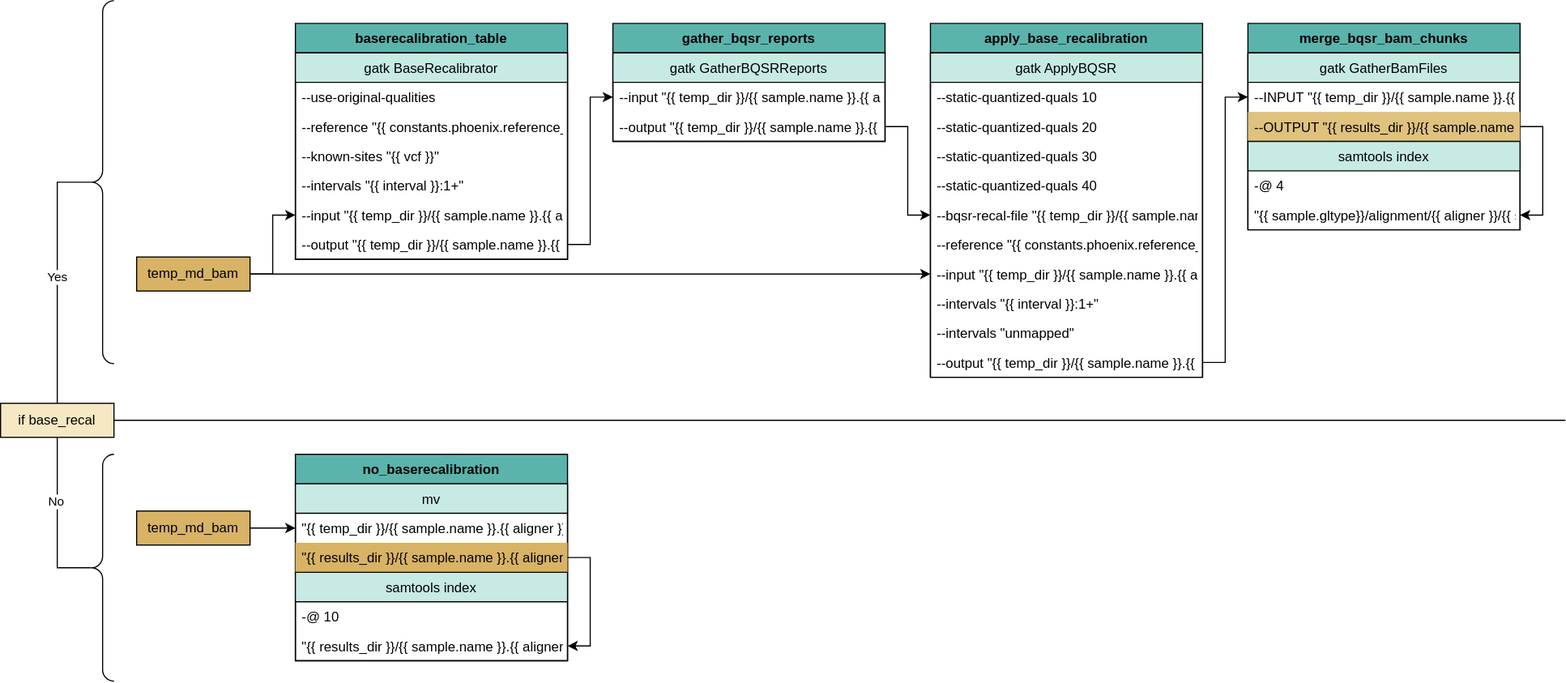
This is docs/source/phoenix/workflows/embed/Alignment_gatk_baserecalibration.svg from bryce-turner/tgen-jetstream-docs, a draw.io export, as it was before one commit. Source tidied: cells renumbered, new cells last; positions are measured from the earlier drawing's top-left corner, leaving out a move shared by most shapes. The source it was exported from:
```xml
<mxGraphModel>
  <root>
    <mxCell id="0" />
    <mxCell id="1" parent="0" />
    <mxCell id="2" style="edgeStyle=orthogonalEdgeStyle;rounded=0;jettySize=auto;html=1;exitX=1;exitY=0.5;exitDx=0;exitDy=0;entryX=0;entryY=0.5;entryDx=0;entryDy=0;" parent="1" edge="1" source="4" target="11">
      <mxGeometry relative="1" as="geometry" />
    </mxCell>
    <mxCell id="3" style="edgeStyle=orthogonalEdgeStyle;rounded=0;jettySize=auto;html=1;exitX=1;exitY=0.5;exitDx=0;exitDy=0;entryX=0;entryY=0.5;entryDx=0;entryDy=0;" parent="1" edge="1" source="4" target="26">
      <mxGeometry relative="1" as="geometry" />
    </mxCell>
    <mxCell id="4" value="temp_md_bam" style="whiteSpace=wrap;html=1;fillColor=#d8b365;" parent="1" vertex="1">
      <mxGeometry x="120" y="226" width="100" height="30" as="geometry" />
    </mxCell>
    <mxCell id="5" value="baserecalibration_table" style="swimlane;fontStyle=1;horizontal=1;startSize=26;fillColor=#5ab4ac;direction=east;" parent="1" vertex="1">
      <mxGeometry x="260" y="20" width="240" height="208" as="geometry" />
    </mxCell>
    <mxCell id="6" value="gatk BaseRecalibrator" style="swimlane;fontStyle=0;horizontal=1;startSize=26;fillColor=#c7eae5;" parent="5" vertex="1">
      <mxGeometry y="26" width="240" height="182" as="geometry" />
    </mxCell>
    <mxCell id="7" value="--use-original-qualities" style="text;strokeColor=none;fillColor=none;align=left;verticalAlign=top;spacingLeft=4;spacingRight=4;overflow=hidden;" parent="6" vertex="1">
      <mxGeometry y="26" width="240" height="26" as="geometry" />
    </mxCell>
    <mxCell id="8" value="--reference &quot;{{ constants.phoenix.reference_fasta }}&quot;" style="text;strokeColor=none;fillColor=none;align=left;verticalAlign=top;spacingLeft=4;spacingRight=4;overflow=hidden;" parent="6" vertex="1">
      <mxGeometry y="52" width="240" height="26" as="geometry" />
    </mxCell>
    <mxCell id="9" value="--known-sites &quot;{{ vcf }}&quot;" style="text;strokeColor=none;fillColor=none;align=left;verticalAlign=top;spacingLeft=4;spacingRight=4;overflow=hidden;" parent="6" vertex="1">
      <mxGeometry y="78" width="240" height="26" as="geometry" />
    </mxCell>
    <mxCell id="10" value="--intervals &quot;{{ interval }}:1+&quot;" style="text;strokeColor=none;fillColor=none;align=left;verticalAlign=top;spacingLeft=4;spacingRight=4;overflow=hidden;" parent="6" vertex="1">
      <mxGeometry y="104" width="240" height="26" as="geometry" />
    </mxCell>
    <mxCell id="11" value="--input &quot;{{ temp_dir }}/{{ sample.name }}.{{ aligner }}.md.bam&quot;" style="text;strokeColor=none;fillColor=none;align=left;verticalAlign=top;spacingLeft=4;spacingRight=4;overflow=hidden;points=[[0,0.5],[1,0.5]];portConstraint=eastwest;" parent="6" vertex="1">
      <mxGeometry y="130" width="240" height="26" as="geometry" />
    </mxCell>
    <mxCell id="12" value="--output &quot;{{ temp_dir }}/{{ sample.name }}.{{ aligner }}.recal_data.chunk_{{ loop.index }}.table&quot;" style="text;strokeColor=none;fillColor=none;align=left;verticalAlign=top;spacingLeft=4;spacingRight=4;overflow=hidden;points=[[0,0.5],[1,0.5]];portConstraint=eastwest;" parent="6" vertex="1">
      <mxGeometry y="156" width="240" height="26" as="geometry" />
    </mxCell>
    <mxCell id="13" value="gather_bqsr_reports" style="swimlane;fontStyle=1;horizontal=1;startSize=26;fillColor=#5ab4ac;direction=east;" parent="1" vertex="1">
      <mxGeometry x="540" y="20" width="240" height="104" as="geometry" />
    </mxCell>
    <mxCell id="14" value="gatk GatherBQSRReports" style="swimlane;fontStyle=0;horizontal=1;startSize=26;fillColor=#c7eae5;" parent="13" vertex="1">
      <mxGeometry y="26" width="240" height="78" as="geometry" />
    </mxCell>
    <mxCell id="15" value="--input &quot;{{ temp_dir }}/{{ sample.name }}.{{ aligner }}.recal_data.chunk_{{ loop.index }}.table&quot;" style="text;strokeColor=none;fillColor=none;align=left;verticalAlign=top;spacingLeft=4;spacingRight=4;overflow=hidden;points=[[0,0.5],[1,0.5]];portConstraint=eastwest;" parent="14" vertex="1">
      <mxGeometry y="26" width="240" height="26" as="geometry" />
    </mxCell>
    <mxCell id="16" value="--output &quot;{{ temp_dir }}/{{ sample.name }}.{{ aligner }}.recal_data.table&quot;" style="text;strokeColor=none;fillColor=none;align=left;verticalAlign=top;spacingLeft=4;spacingRight=4;overflow=hidden;points=[[0,0.5],[1,0.5]];portConstraint=eastwest;" parent="14" vertex="1">
      <mxGeometry y="52" width="240" height="26" as="geometry" />
    </mxCell>
    <mxCell id="17" style="edgeStyle=orthogonalEdgeStyle;rounded=0;jettySize=auto;html=1;exitX=1;exitY=0.5;exitDx=0;exitDy=0;entryX=1;entryY=0.5;entryDx=0;entryDy=0;endArrow=classic;endFill=1;strokeColor=#666666;shape=link;" parent="13" edge="1" source="x">
      <mxGeometry relative="1" as="geometry">
        <mxPoint x="240" y="299" as="targetPoint" />
      </mxGeometry>
    </mxCell>
    <mxCell id="18" value="apply_base_recalibration" style="swimlane;fontStyle=1;horizontal=1;startSize=26;fillColor=#5ab4ac;direction=east;" parent="1" vertex="1">
      <mxGeometry x="820" y="20" width="240" height="312" as="geometry" />
    </mxCell>
    <mxCell id="19" value="gatk ApplyBQSR" style="swimlane;fontStyle=0;horizontal=1;startSize=26;fillColor=#c7eae5;" parent="18" vertex="1">
      <mxGeometry y="26" width="240" height="286" as="geometry" />
    </mxCell>
    <mxCell id="20" value="--static-quantized-quals 10" style="text;strokeColor=none;fillColor=none;align=left;verticalAlign=top;spacingLeft=4;spacingRight=4;overflow=hidden;" parent="19" vertex="1">
      <mxGeometry y="26" width="240" height="26" as="geometry" />
    </mxCell>
    <mxCell id="21" value="--static-quantized-quals 20" style="text;strokeColor=none;fillColor=none;align=left;verticalAlign=top;spacingLeft=4;spacingRight=4;overflow=hidden;" parent="19" vertex="1">
      <mxGeometry y="52" width="240" height="26" as="geometry" />
    </mxCell>
    <mxCell id="22" value="--static-quantized-quals 30" style="text;strokeColor=none;fillColor=none;align=left;verticalAlign=top;spacingLeft=4;spacingRight=4;overflow=hidden;" parent="19" vertex="1">
      <mxGeometry y="78" width="240" height="26" as="geometry" />
    </mxCell>
    <mxCell id="23" value="--static-quantized-quals 40" style="text;strokeColor=none;fillColor=none;align=left;verticalAlign=top;spacingLeft=4;spacingRight=4;overflow=hidden;" parent="19" vertex="1">
      <mxGeometry y="104" width="240" height="26" as="geometry" />
    </mxCell>
    <mxCell id="24" value="--bqsr-recal-file &quot;{{ temp_dir }}/{{ sample.name }}.{{ aligner }}.recal_data.table&quot;" style="text;strokeColor=none;fillColor=none;align=left;verticalAlign=top;spacingLeft=4;spacingRight=4;overflow=hidden;points=[[0,0.5],[1,0.5]];portConstraint=eastwest;" parent="19" vertex="1">
      <mxGeometry y="130" width="240" height="26" as="geometry" />
    </mxCell>
    <mxCell id="25" value="--reference &quot;{{ constants.phoenix.reference_fasta }}&quot;" style="text;strokeColor=none;fillColor=none;align=left;verticalAlign=top;spacingLeft=4;spacingRight=4;overflow=hidden;" parent="19" vertex="1">
      <mxGeometry y="156" width="240" height="26" as="geometry" />
    </mxCell>
    <mxCell id="26" value="--input &quot;{{ temp_dir }}/{{ sample.name }}.{{ aligner }}.md.bam&quot;" style="text;strokeColor=none;fillColor=none;align=left;verticalAlign=top;spacingLeft=4;spacingRight=4;overflow=hidden;points=[[0,0.5],[1,0.5]];portConstraint=eastwest;" parent="19" vertex="1">
      <mxGeometry y="182" width="240" height="26" as="geometry" />
    </mxCell>
    <mxCell id="27" value="--intervals &quot;{{ interval }}:1+&quot;" style="text;strokeColor=none;fillColor=none;align=left;verticalAlign=top;spacingLeft=4;spacingRight=4;overflow=hidden;" parent="19" vertex="1">
      <mxGeometry y="208" width="240" height="26" as="geometry" />
    </mxCell>
    <mxCell id="28" value="--intervals &quot;unmapped&quot;" style="text;strokeColor=none;fillColor=none;align=left;verticalAlign=top;spacingLeft=4;spacingRight=4;overflow=hidden;" parent="19" vertex="1">
      <mxGeometry y="234" width="240" height="26" as="geometry" />
    </mxCell>
    <mxCell id="29" value="--output &quot;{{ temp_dir }}/{{ sample.name }}.{{ aligner }}.recal_chunk_{{ loop.index }}.bam&quot;" style="text;strokeColor=none;fillColor=none;align=left;verticalAlign=top;spacingLeft=4;spacingRight=4;overflow=hidden;points=[[0,0.5],[1,0.5]];portConstraint=eastwest;" parent="19" vertex="1">
      <mxGeometry y="260" width="240" height="26" as="geometry" />
    </mxCell>
    <mxCell id="30" value="merge_bqsr_bam_chunks" style="swimlane;fontStyle=1;horizontal=1;startSize=26;fillColor=#5ab4ac;direction=east;" parent="1" vertex="1">
      <mxGeometry x="1100" y="20" width="240" height="182" as="geometry" />
    </mxCell>
    <mxCell id="31" value="gatk GatherBamFiles" style="swimlane;fontStyle=0;horizontal=1;startSize=26;fillColor=#c7eae5;" parent="30" vertex="1">
      <mxGeometry y="26" width="240" height="78" as="geometry" />
    </mxCell>
    <mxCell id="32" value="--INPUT &quot;{{ temp_dir }}/{{ sample.name }}.{{ aligner }}.recal_chunk_{{ loop.index }}.bam&quot;" style="text;strokeColor=none;fillColor=none;align=left;verticalAlign=top;spacingLeft=4;spacingRight=4;overflow=hidden;points=[[0,0.5],[1,0.5]];portConstraint=eastwest;" parent="31" vertex="1">
      <mxGeometry y="26" width="240" height="26" as="geometry" />
    </mxCell>
    <mxCell id="33" value="--OUTPUT &quot;{{ results_dir }}/{{ sample.name }}.{{ aligner }}.bam&quot;" style="text;strokeColor=none;fillColor=#dfc27d;align=left;verticalAlign=top;spacingLeft=4;spacingRight=4;overflow=hidden;points=[[0,0.5],[1,0.5]];portConstraint=eastwest;" parent="31" vertex="1">
      <mxGeometry y="52" width="240" height="26" as="geometry" />
    </mxCell>
    <mxCell id="34" value="samtools index" style="swimlane;fontStyle=0;horizontal=1;startSize=26;fillColor=#c7eae5;" parent="30" vertex="1">
      <mxGeometry y="104" width="240" height="78" as="geometry" />
    </mxCell>
    <mxCell id="35" value="-@ 4" style="text;strokeColor=none;fillColor=none;align=left;verticalAlign=top;spacingLeft=4;spacingRight=4;overflow=hidden;" parent="34" vertex="1">
      <mxGeometry y="26" width="240" height="26" as="geometry" />
    </mxCell>
    <mxCell id="36" value="&quot;{{ sample.gltype}}/alignment/{{ aligner }}/{{ sample.name }}/{{ sample.name }}.{{ aligner }}.bam&quot;" style="text;strokeColor=none;fillColor=none;align=left;verticalAlign=top;spacingLeft=4;spacingRight=4;overflow=hidden;points=[[0,0.5],[1,0.5]];portConstraint=eastwest;" parent="34" vertex="1">
      <mxGeometry y="52" width="240" height="26" as="geometry" />
    </mxCell>
    <mxCell id="37" style="edgeStyle=orthogonalEdgeStyle;rounded=0;jettySize=auto;html=1;exitX=1;exitY=0.5;exitDx=0;exitDy=0;entryX=1;entryY=0.5;entryDx=0;entryDy=0;" parent="30" edge="1" source="33" target="36">
      <mxGeometry relative="1" as="geometry" />
    </mxCell>
    <mxCell id="38" style="edgeStyle=orthogonalEdgeStyle;rounded=0;jettySize=auto;html=1;exitX=1;exitY=0.5;exitDx=0;exitDy=0;entryX=0;entryY=0.5;entryDx=0;entryDy=0;" parent="1" edge="1" source="12" target="15">
      <mxGeometry relative="1" as="geometry" />
    </mxCell>
    <mxCell id="39" style="edgeStyle=orthogonalEdgeStyle;rounded=0;jettySize=auto;html=1;exitX=1;exitY=0.5;exitDx=0;exitDy=0;entryX=0;entryY=0.5;entryDx=0;entryDy=0;" parent="1" edge="1" source="16" target="24">
      <mxGeometry relative="1" as="geometry" />
    </mxCell>
    <mxCell id="40" style="edgeStyle=orthogonalEdgeStyle;rounded=0;jettySize=auto;html=1;exitX=1;exitY=0.5;exitDx=0;exitDy=0;entryX=0;entryY=0.5;entryDx=0;entryDy=0;" parent="1" edge="1" source="29" target="32">
      <mxGeometry relative="1" as="geometry" />
    </mxCell>
    <mxCell id="41" value="no_baserecalibration" style="swimlane;fontStyle=1;horizontal=1;startSize=26;fillColor=#5ab4ac;direction=east;" parent="1" vertex="1">
      <mxGeometry x="260" y="400" width="240" height="182" as="geometry" />
    </mxCell>
    <mxCell id="42" value="mv" style="swimlane;fontStyle=0;horizontal=1;startSize=26;fillColor=#c7eae5;" parent="41" vertex="1">
      <mxGeometry y="26" width="240" height="78" as="geometry" />
    </mxCell>
    <mxCell id="43" value="&quot;{{ temp_dir }}/{{ sample.name }}.{{ aligner }}.md.bam&quot;" style="text;strokeColor=none;fillColor=none;align=left;verticalAlign=top;spacingLeft=4;spacingRight=4;overflow=hidden;points=[[0,0.5],[1,0.5]];portConstraint=eastwest;" parent="42" vertex="1">
      <mxGeometry y="26" width="240" height="26" as="geometry" />
    </mxCell>
    <mxCell id="44" value="&quot;{{ results_dir }}/{{ sample.name }}.{{ aligner }}.bam&quot;" style="text;strokeColor=none;fillColor=#d8b365;align=left;verticalAlign=top;spacingLeft=4;spacingRight=4;overflow=hidden;points=[[0,0.5],[1,0.5]];portConstraint=eastwest;" parent="42" vertex="1">
      <mxGeometry y="52" width="240" height="26" as="geometry" />
    </mxCell>
    <mxCell id="45" value="samtools index" style="swimlane;fontStyle=0;horizontal=1;startSize=26;fillColor=#c7eae5;" parent="41" vertex="1">
      <mxGeometry y="104" width="240" height="78" as="geometry" />
    </mxCell>
    <mxCell id="46" value="-@ 10" style="text;strokeColor=none;fillColor=none;align=left;verticalAlign=top;spacingLeft=4;spacingRight=4;overflow=hidden;" parent="45" vertex="1">
      <mxGeometry y="26" width="240" height="26" as="geometry" />
    </mxCell>
    <mxCell id="47" value="&quot;{{ results_dir }}/{{ sample.name }}.{{ aligner }}.bam&quot;" style="text;strokeColor=none;fillColor=none;align=left;verticalAlign=top;spacingLeft=4;spacingRight=4;overflow=hidden;points=[[0,0.5],[1,0.5]];portConstraint=eastwest;" parent="45" vertex="1">
      <mxGeometry y="52" width="240" height="26" as="geometry" />
    </mxCell>
    <mxCell id="48" style="edgeStyle=orthogonalEdgeStyle;rounded=0;jettySize=auto;html=1;exitX=1;exitY=0.5;exitDx=0;exitDy=0;entryX=1;entryY=0.5;entryDx=0;entryDy=0;" parent="41" edge="1" source="44" target="47">
      <mxGeometry relative="1" as="geometry" />
    </mxCell>
    <mxCell id="49" style="edgeStyle=orthogonalEdgeStyle;rounded=0;jettySize=auto;html=1;exitX=1;exitY=0.5;exitDx=0;exitDy=0;entryX=0;entryY=0.5;entryDx=0;entryDy=0;" parent="1" edge="1" source="50" target="43">
      <mxGeometry relative="1" as="geometry" />
    </mxCell>
    <mxCell id="50" value="temp_md_bam" style="whiteSpace=wrap;html=1;fillColor=#d8b365;" parent="1" vertex="1">
      <mxGeometry x="120" y="450" width="100" height="30" as="geometry" />
    </mxCell>
    <mxCell id="51" style="edgeStyle=orthogonalEdgeStyle;rounded=0;jettySize=auto;html=1;exitX=0.5;exitY=0;exitDx=0;exitDy=0;entryX=0.5;entryY=0.004;entryDx=0;entryDy=0;entryPerimeter=0;endArrow=none;endFill=0;" parent="1" edge="1" source="55" target="57">
      <mxGeometry relative="1" as="geometry" />
    </mxCell>
    <mxCell id="52" value="Yes" style="edgeLabel;html=1;align=center;verticalAlign=middle;" parent="51" vertex="1">
      <mxGeometry x="-0.01" relative="1" as="geometry" />
    </mxCell>
    <mxCell id="53" style="edgeStyle=orthogonalEdgeStyle;rounded=0;jettySize=auto;html=1;exitX=0.5;exitY=1;exitDx=0;exitDy=0;entryX=0.5;entryY=-0.003;entryDx=0;entryDy=0;entryPerimeter=0;endArrow=none;endFill=0;" parent="1" edge="1" source="55" target="58">
      <mxGeometry relative="1" as="geometry" />
    </mxCell>
    <mxCell id="54" value="No" style="edgeLabel;html=1;align=center;verticalAlign=middle;" parent="53" vertex="1">
      <mxGeometry x="-0.22" y="-1" relative="1" as="geometry" />
    </mxCell>
    <mxCell id="55" value="if base_recal" style="whiteSpace=wrap;html=1;fillColor=#f6e8c3;" parent="1" vertex="1">
      <mxGeometry y="355" width="100" height="30" as="geometry" />
    </mxCell>
    <mxCell id="56" style="line;strokeWidth=1;fillColor=none;align=left;verticalAlign=middle;spacingTop=-1;spacingLeft=3;spacingRight=3;labelPosition=right;" parent="1" vertex="1">
      <mxGeometry x="100" y="366" width="1280" height="8" as="geometry" />
    </mxCell>
    <mxCell id="57" style="labelPosition=right;align=left;strokeWidth=1;shape=mxgraph.mockup.markup.curlyBrace;html=1;shadow=0;dashed=0;strokeColor=default;direction=north;fillColor=none;" parent="1" vertex="1">
      <mxGeometry x="80" width="20" height="320" as="geometry" />
    </mxCell>
    <mxCell id="58" style="labelPosition=right;align=left;strokeWidth=1;shape=mxgraph.mockup.markup.curlyBrace;html=1;shadow=0;dashed=0;strokeColor=default;direction=north;fillColor=none;" parent="1" vertex="1">
      <mxGeometry x="80" y="400" width="20" height="200" as="geometry" />
    </mxCell>
  </root>
</mxGraphModel>
```
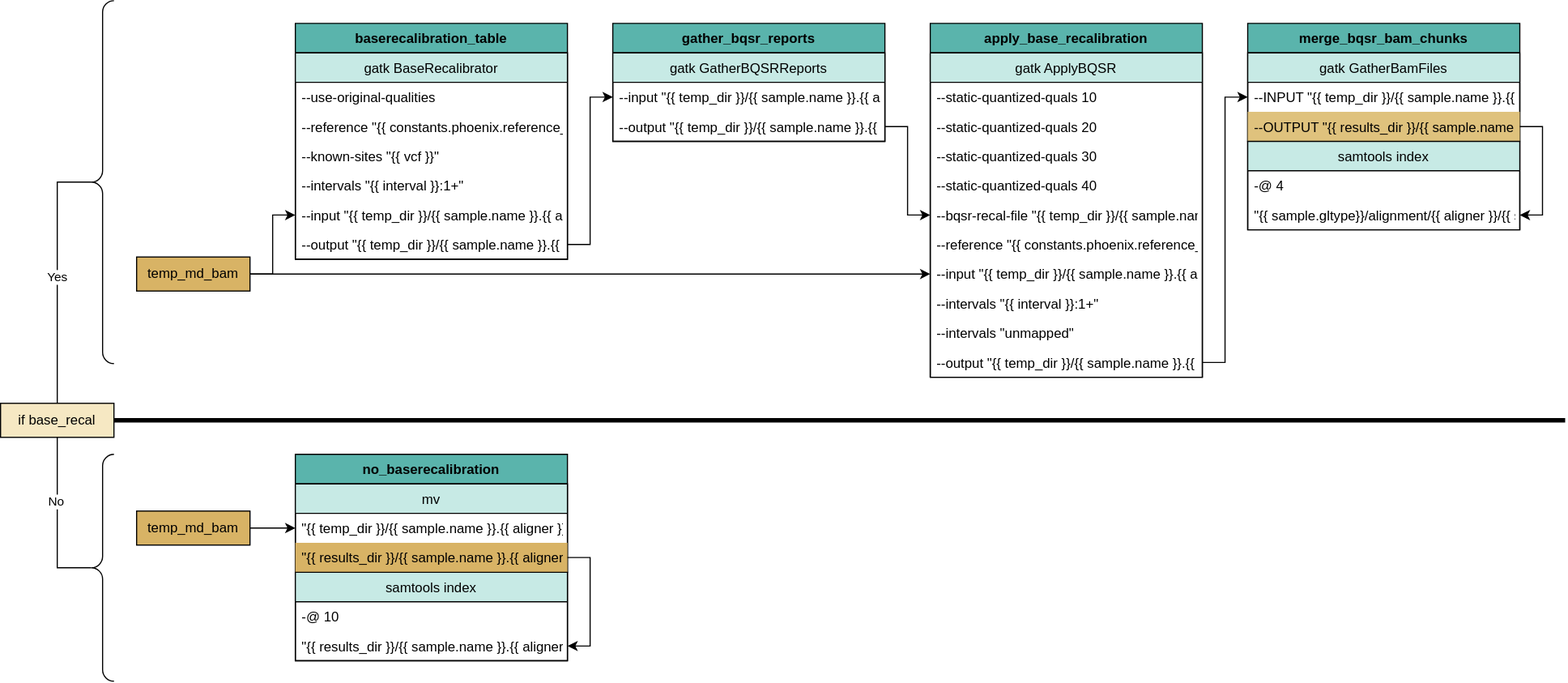
After the commit.

Change to the diagram source:
```diff
@@ -166,7 +166,7 @@
     <mxCell id="55" value="if base_recal" style="whiteSpace=wrap;html=1;fillColor=#f6e8c3;" parent="1" vertex="1">
       <mxGeometry y="355" width="100" height="30" as="geometry" />
     </mxCell>
-    <mxCell id="56" style="line;strokeWidth=1;fillColor=none;align=left;verticalAlign=middle;spacingTop=-1;spacingLeft=3;spacingRight=3;labelPosition=right;" parent="1" vertex="1">
+    <mxCell id="56" style="line;strokeWidth=4;fillColor=none;align=left;verticalAlign=middle;spacingTop=-1;spacingLeft=3;spacingRight=3;labelPosition=right;fontSize=13;" parent="1" vertex="1">
       <mxGeometry x="100" y="366" width="1280" height="8" as="geometry" />
     </mxCell>
     <mxCell id="57" style="labelPosition=right;align=left;strokeWidth=1;shape=mxgraph.mockup.markup.curlyBrace;html=1;shadow=0;dashed=0;strokeColor=default;direction=north;fillColor=none;" parent="1" vertex="1">
```
